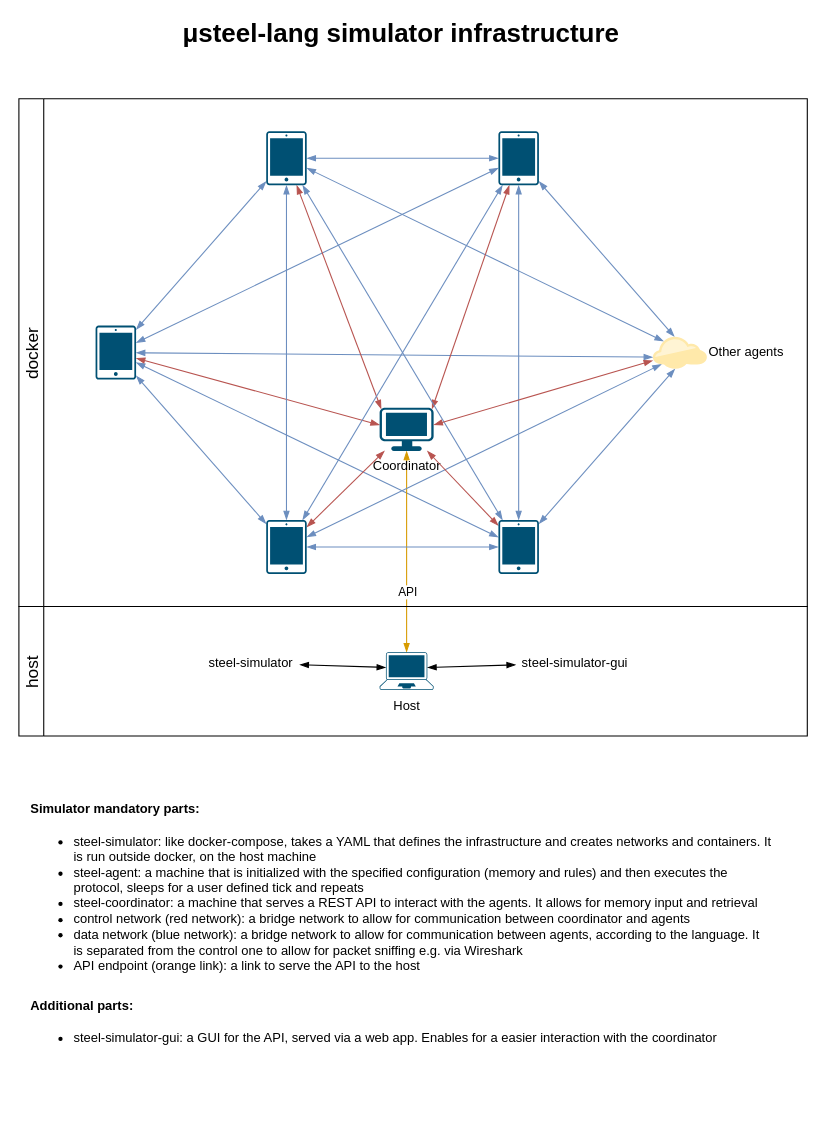
Above: docs/simulator/infrastructure.drawio in KayJay7/abusim (draw.io), before the change. Source tidied: cells renumbered, new cells numbered last; positions are measured from the earlier drawing's top-left corner, leaving out a move shared by most shapes. Both pictures are drawn from the tidied source at 108%, with x=0, y=0 at pixel (18, 23).
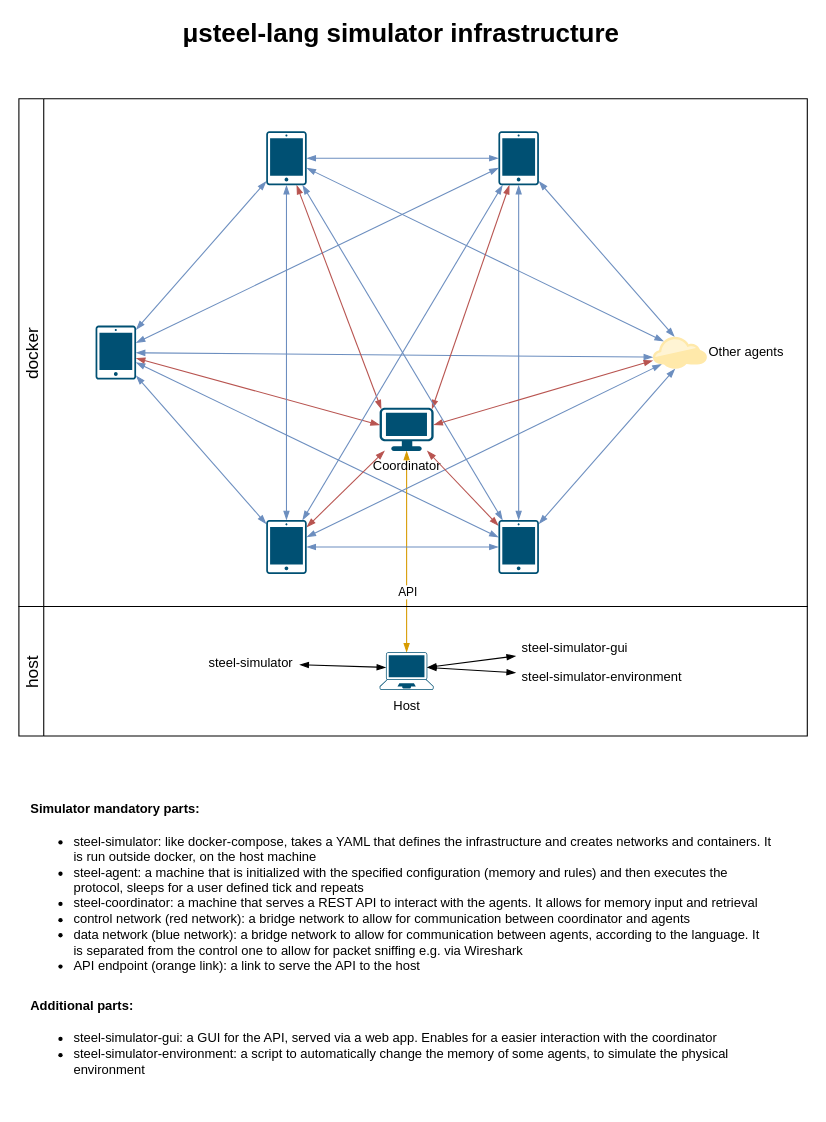
The same page after the edit.

The change refers to these unchanged cells:
```xml
<mxCell id="35" value="host" style="swimlane;fontSize=16;fontStyle=0;horizontal=0;" parent="1" vertex="1">
  <mxGeometry y="540" width="730" height="120" as="geometry" />
</mxCell>
<mxCell id="36" value="Host" style="points=[[0.13,0.02,0],[0.5,0,0],[0.87,0.02,0],[0.885,0.4,0],[0.985,0.985,0],[0.5,1,0],[0.015,0.985,0],[0.115,0.4,0]];verticalLabelPosition=bottom;html=1;verticalAlign=top;align=center;shape=mxgraph.cisco19.laptop;fillColor=#005073;strokeColor=none;" parent="35" vertex="1">
  <mxGeometry x="334" y="42.5" width="50" height="35" as="geometry" />
</mxCell>
```

The edit, as a diff of the source:
```diff
@@
-    <mxCell id="34" value="&lt;font&gt;&lt;b style=&quot;font-size: 12px&quot;&gt;Simulator mandatory parts:&lt;br&gt;&lt;/b&gt;&lt;ul style=&quot;font-size: 12px&quot;&gt;&lt;li&gt;steel-simulator: like docker-compose, takes a YAML that defines the infrastructure and creates networks and containers. It is run outside docker, on the host machine&lt;/li&gt;&lt;li&gt;steel-agent: a machine that is initialized with the specified configuration (memory and rules) and then executes the protocol, sleeps for a user defined tick and repeats&lt;/li&gt;&lt;li&gt;steel-coordinator: a machine that serves a REST API to interact with the agents. It allows for memory input and retrieval&lt;/li&gt;&lt;li&gt;control network (red network): a bridge network to allow for communication between coordinator and agents&lt;/li&gt;&lt;li&gt;data network (blue network): a bridge network to allow for communication between agents, according to the language. It is separated from the control one to allow for packet sniffing e.g. via Wireshark&lt;/li&gt;&lt;li&gt;API endpoint (orange link): a link to serve the API to the host&lt;/li&gt;&lt;/ul&gt;&lt;span style=&quot;font-size: 12px&quot;&gt;&lt;b&gt;Additional parts:&lt;br&gt;&lt;/b&gt;&lt;ul&gt;&lt;li&gt;&lt;font&gt;&lt;span style=&quot;font-size: 12px&quot;&gt;steel-simulator-gui: a GUI for the API, served via a web app. Enables for a easier interaction with the coordinator&lt;/span&gt;&lt;/font&gt;&lt;/li&gt;&lt;/ul&gt;&lt;/span&gt;&lt;/font&gt;" style="text;html=1;strokeColor=none;fillColor=none;spacing=5;spacingTop=-20;whiteSpace=wrap;overflow=hidden;rounded=0;fontSize=24;" parent="1" vertex="1">
+    <mxCell id="34" value="&lt;font&gt;&lt;b style=&quot;font-size: 12px&quot;&gt;Simulator mandatory parts:&lt;br&gt;&lt;/b&gt;&lt;ul style=&quot;font-size: 12px&quot;&gt;&lt;li&gt;steel-simulator: like docker-compose, takes a YAML that defines the infrastructure and creates networks and containers. It is run outside docker, on the host machine&lt;/li&gt;&lt;li&gt;steel-agent: a machine that is initialized with the specified configuration (memory and rules) and then executes the protocol, sleeps for a user defined tick and repeats&lt;/li&gt;&lt;li&gt;steel-coordinator: a machine that serves a REST API to interact with the agents. It allows for memory input and retrieval&lt;/li&gt;&lt;li&gt;control network (red network): a bridge network to allow for communication between coordinator and agents&lt;/li&gt;&lt;li&gt;data network (blue network): a bridge network to allow for communication between agents, according to the language. It is separated from the control one to allow for packet sniffing e.g. via Wireshark&lt;/li&gt;&lt;li&gt;API endpoint (orange link): a link to serve the API to the host&lt;/li&gt;&lt;/ul&gt;&lt;span style=&quot;font-size: 12px&quot;&gt;&lt;b&gt;Additional parts:&lt;br&gt;&lt;/b&gt;&lt;ul&gt;&lt;li&gt;&lt;font&gt;&lt;span style=&quot;font-size: 12px&quot;&gt;steel-simulator-gui: a GUI for the API, served via a web app. Enables for a easier interaction with the coordinator&lt;/span&gt;&lt;/font&gt;&lt;/li&gt;&lt;li&gt;&lt;font&gt;&lt;span style=&quot;font-size: 12px&quot;&gt;steel-simulator-environment: a script to automatically change the memory of some agents, to simulate the physical environment&lt;/span&gt;&lt;/font&gt;&lt;/li&gt;&lt;/ul&gt;&lt;/span&gt;&lt;/font&gt;" style="text;html=1;strokeColor=none;fillColor=none;spacing=5;spacingTop=-20;whiteSpace=wrap;overflow=hidden;rounded=0;fontSize=24;" parent="1" vertex="1">
       <mxGeometry x="6" y="720" width="695.2" height="280" as="geometry" />
     </mxCell>
@@
-    <mxCell id="37" style="edgeStyle=none;rounded=0;jettySize=auto;html=1;entryX=0.885;entryY=0.4;entryDx=0;entryDy=0;entryPerimeter=0;fontSize=16;startArrow=blockThin;startFill=1;endArrow=blockThin;endFill=1;" parent="35" edge="1" source="38" target="36">
+    <mxCell id="37" style="edgeStyle=none;rounded=0;jettySize=auto;html=1;entryX=0.885;entryY=0.4;entryDx=0;entryDy=0;entryPerimeter=0;endArrow=blockThin;endFill=1;startArrow=blockThin;startFill=1;" parent="35" edge="1" source="38" target="36">
       <mxGeometry relative="1" as="geometry" />
     </mxCell>
     <mxCell id="38" value="steel-simulator-gui" style="text;html=1;strokeColor=none;fillColor=none;align=center;verticalAlign=middle;whiteSpace=wrap;rounded=0;fontSize=12;" parent="35" vertex="1">
-      <mxGeometry x="460" y="42.5" width="110" height="20" as="geometry" />
+      <mxGeometry x="460" y="28.8" width="110" height="20" as="geometry" />
     </mxCell>
@@
+    <mxCell id="41" style="edgeStyle=none;rounded=0;jettySize=auto;html=1;entryX=0.885;entryY=0.4;entryDx=0;entryDy=0;entryPerimeter=0;endArrow=blockThin;endFill=1;startArrow=blockThin;startFill=1;" parent="1" edge="1" source="42" target="36">
+      <mxGeometry relative="1" as="geometry" />
+    </mxCell>
+    <mxCell id="42" value="steel-simulator-environment" style="text;html=1;strokeColor=none;fillColor=none;align=center;verticalAlign=middle;whiteSpace=wrap;rounded=0;fontSize=12;" parent="1" vertex="1">
+      <mxGeometry x="460" y="596.2" width="160" height="20" as="geometry" />
+    </mxCell>
```
